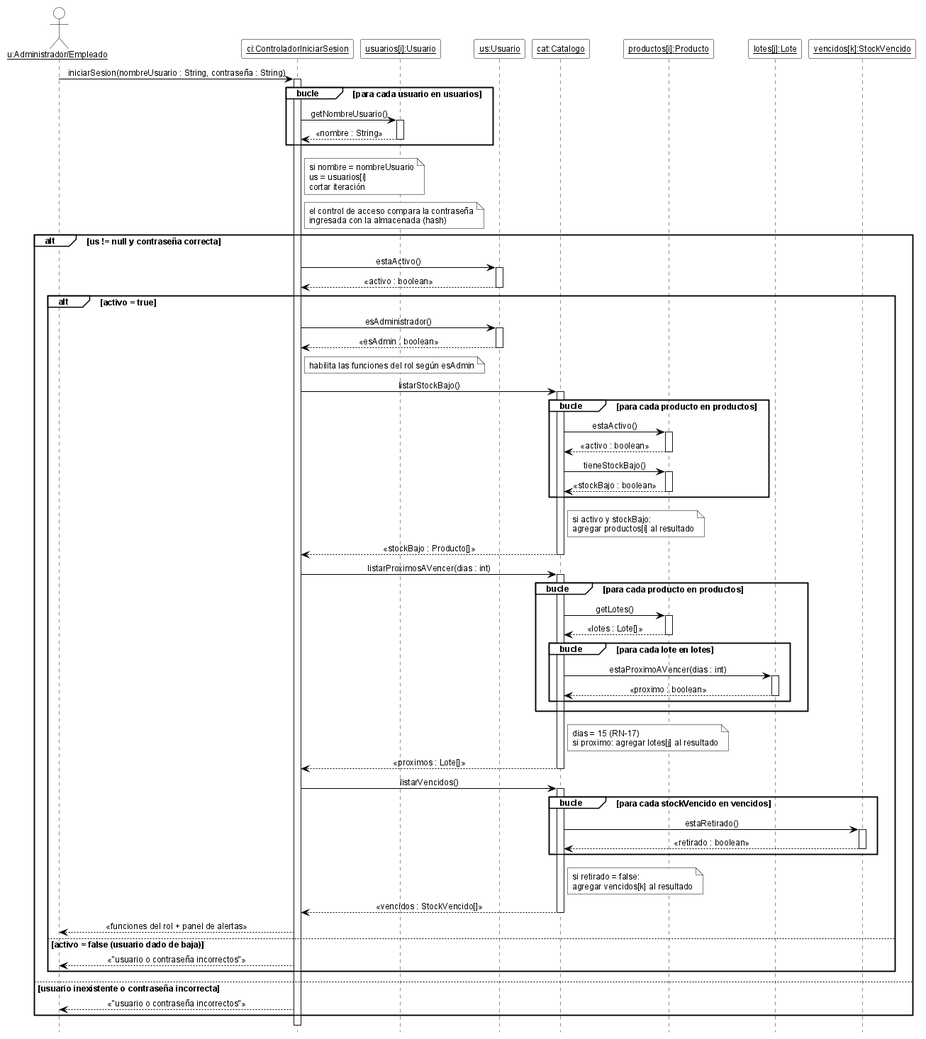
Before: 08-Diagrama De Secuencia/DSD_CU-01_iniciarSesion.png, a diagram exported from PlantUML (cirotop/Stock-Project).
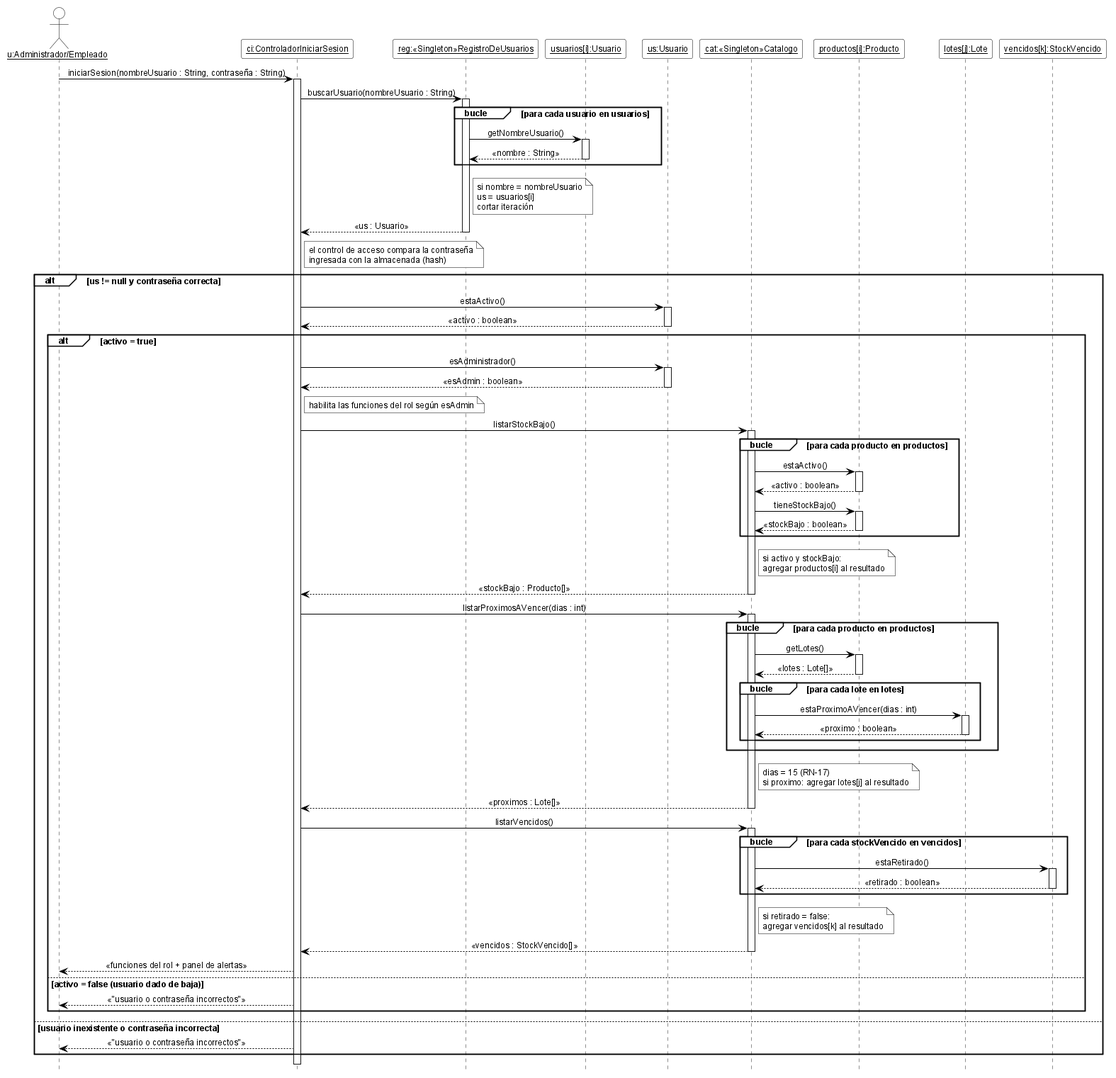
Above is the later version.

The edit, as a diff of the source:
```diff
@@ -7,6 +7,8 @@
 skinparam ArrowColor black
 skinparam ParticipantBackgroundColor white
 skinparam ParticipantBorderColor black
+skinparam CollectionsBackgroundColor white
+skinparam CollectionsBorderColor black
 skinparam ActorBackgroundColor white
 skinparam ActorBorderColor black
 skinparam LifeLineBorderColor black
@@ -19,23 +21,26 @@
 
 actor "<u>u:Administrador/Empleado</u>" as u
 participant "<u>ci:ControladorIniciarSesion</u>" as ci
+participant "<u>reg:«Singleton»RegistroDeUsuarios</u>" as reg
 participant "<u>usuarios[i]:Usuario</u>" as ui
 participant "<u>us:Usuario</u>" as us
-participant "<u>cat:Catalogo</u>" as cat
+participant "<u>cat:«Singleton»Catalogo</u>" as cat
 participant "<u>productos[i]:Producto</u>" as pi
 participant "<u>lotes[j]:Lote</u>" as li
 participant "<u>vencidos[k]:StockVencido</u>" as vi
 
 u -> ci ++ : iniciarSesion(nombreUsuario : String, contraseña : String)
+ci -> reg ++ : buscarUsuario(nombreUsuario : String)
 group bucle [para cada usuario en usuarios]
-  ci -> ui ++ : getNombreUsuario()
-  ui --> ci -- : «nombre : String»
+  reg -> ui ++ : getNombreUsuario()
+  ui --> reg -- : «nombre : String»
 end
-note right of ci
+note right of reg
   si nombre = nombreUsuario
   us = usuarios[i]
   cortar iteración
 end note
+reg --> ci -- : «us : Usuario»
 note right of ci : el control de acceso compara la contraseña\ningresada con la almacenada (hash)
 alt us != null y contraseña correcta
   ci -> us ++ : estaActivo()
```
